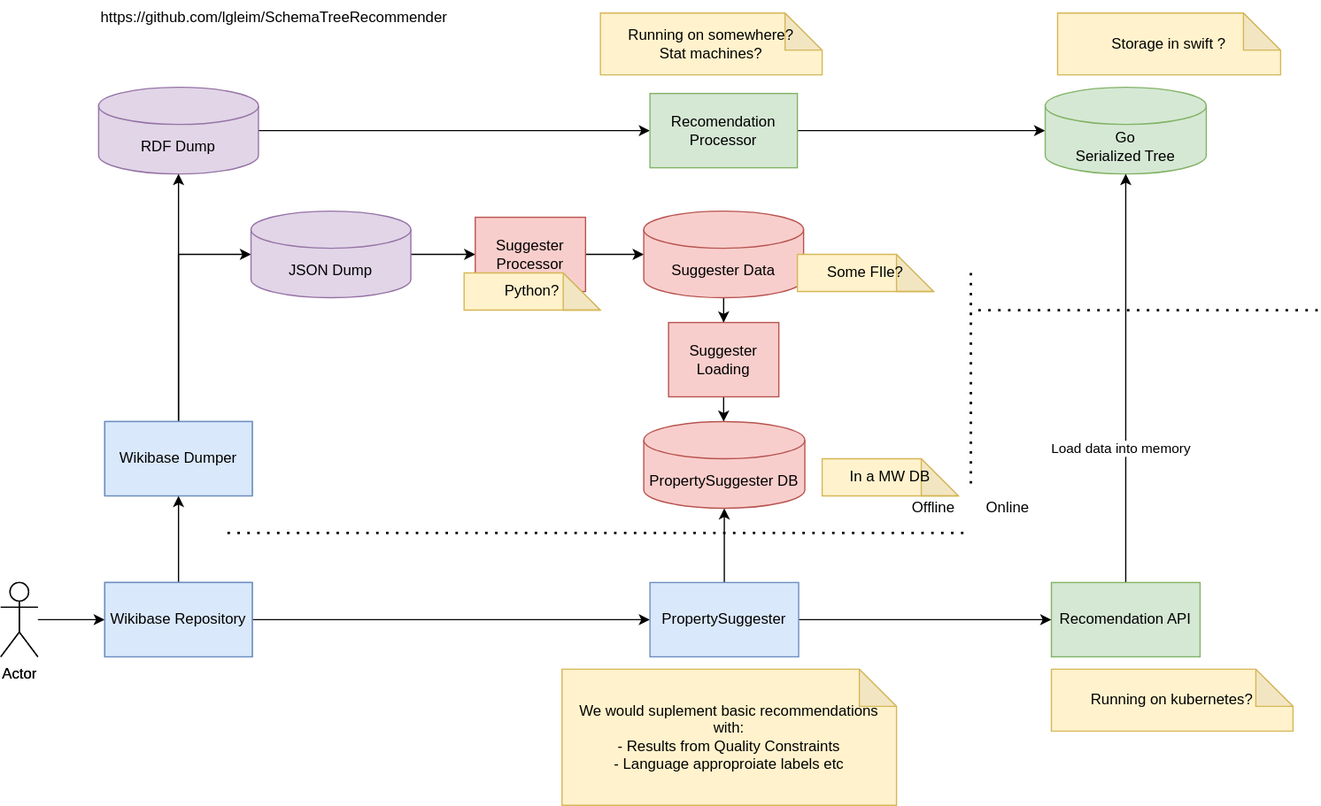
The draw.io diagram wd-recommendation.drawio.svg in addshore/diagrams, before a commit. Source tidied: cells renumbered, new cells last; positions are measured from the earlier drawing's top-left corner, leaving out a move shared by most shapes.
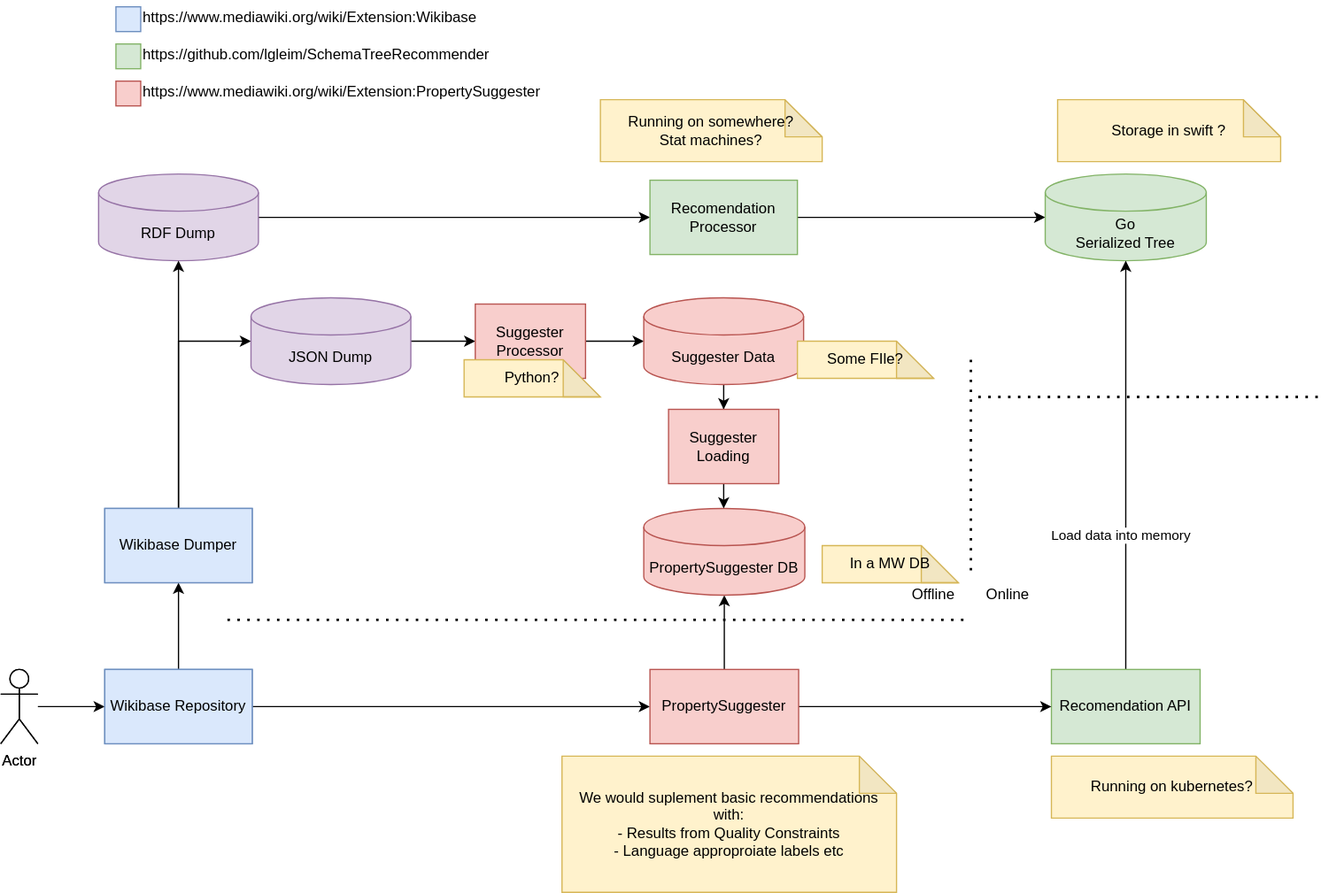
After the change.

What changed in the source:
```diff
@@ -89,7 +89,7 @@
       <mxGeometry x="484" y="10" width="179" height="50" as="geometry" />
     </mxCell>
     <mxCell id="27" value="https://github.com/lgleim/SchemaTreeRecommender" style="text;whiteSpace=wrap;html=1;" parent="1" vertex="1">
-      <mxGeometry x="79" width="310" height="30" as="geometry" />
+      <mxGeometry x="113" y="-40" width="310" height="30" as="geometry" />
     </mxCell>
     <mxCell id="28" style="edgeStyle=orthogonalEdgeStyle;rounded=0;jettySize=auto;html=1;entryX=0.5;entryY=1;entryDx=0;entryDy=0;entryPerimeter=0;" parent="1" edge="1" source="30" target="31">
       <mxGeometry relative="1" as="geometry" />
@@ -97,7 +97,7 @@
     <mxCell id="29" style="edgeStyle=orthogonalEdgeStyle;rounded=0;jettySize=auto;html=1;entryX=0;entryY=0.5;entryDx=0;entryDy=0;" parent="1" edge="1" source="30" target="12">
       <mxGeometry relative="1" as="geometry" />
     </mxCell>
-    <mxCell id="30" value="PropertySuggester" style="rounded=0;whiteSpace=wrap;html=1;fillColor=#dae8fc;strokeColor=#6c8ebf;" parent="1" vertex="1">
+    <mxCell id="30" value="PropertySuggester" style="rounded=0;whiteSpace=wrap;html=1;fillColor=#f8cecc;strokeColor=#b85450;" parent="1" vertex="1">
       <mxGeometry x="524" y="470" width="120" height="60" as="geometry" />
     </mxCell>
     <mxCell id="31" value="PropertySuggester DB" style="shape=cylinder3;whiteSpace=wrap;html=1;boundedLbl=1;backgroundOutline=1;size=15;fillColor=#f8cecc;strokeColor=#b85450;" parent="1" vertex="1">
@@ -145,5 +145,20 @@
     <mxCell id="45" value="Python?" style="shape=note;whiteSpace=wrap;html=1;backgroundOutline=1;darkOpacity=0.05;fillColor=#fff2cc;strokeColor=#d6b656;" parent="1" vertex="1">
       <mxGeometry x="374" y="220" width="110" height="30" as="geometry" />
     </mxCell>
+    <mxCell id="46" style="rounded=0;whiteSpace=wrap;html=1;fillColor=#d5e8d4;strokeColor=#82b366;direction=south;" parent="1" vertex="1">
+      <mxGeometry x="93" y="-35" width="20" height="20" as="geometry" />
+    </mxCell>
+    <mxCell id="47" value="https://www.mediawiki.org/wiki/Extension:PropertySuggester" style="text;whiteSpace=wrap;html=1;" parent="1" vertex="1">
+      <mxGeometry x="113" y="-10" width="310" height="30" as="geometry" />
+    </mxCell>
+    <mxCell id="48" style="rounded=0;whiteSpace=wrap;html=1;fillColor=#f8cecc;strokeColor=#b85450;direction=south;" parent="1" vertex="1">
+      <mxGeometry x="93" y="-5" width="20" height="20" as="geometry" />
+    </mxCell>
+    <mxCell id="49" value="https://www.mediawiki.org/wiki/Extension:Wikibase" style="text;whiteSpace=wrap;html=1;" parent="1" vertex="1">
+      <mxGeometry x="113" y="-70" width="310" height="30" as="geometry" />
+    </mxCell>
+    <mxCell id="50" style="rounded=0;whiteSpace=wrap;html=1;fillColor=#dae8fc;strokeColor=#6c8ebf;direction=south;" parent="1" vertex="1">
+      <mxGeometry x="93" y="-65" width="20" height="20" as="geometry" />
+    </mxCell>
   </root>
 </mxGraphModel>
```
